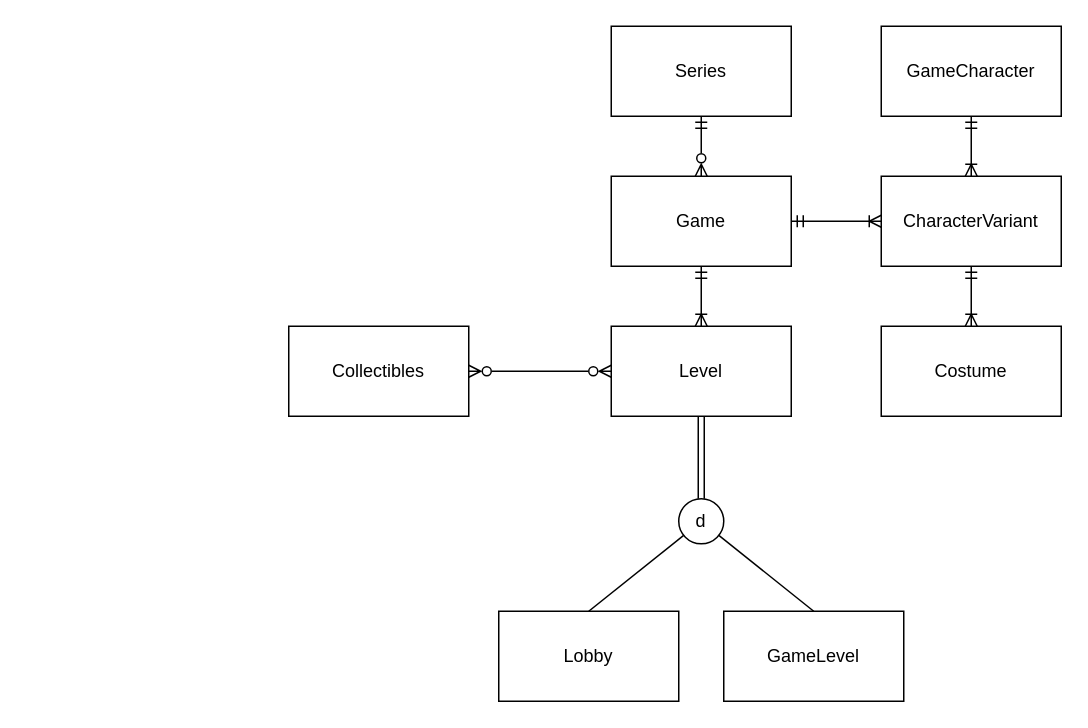
Before: diagrams/ER diagram.drawio in Zachareee/redygg, a draw.io diagram. Source tidied: cells renumbered, new cells numbered last; positions are measured from the earlier drawing's top-left corner, leaving out a move shared by most shapes. Both pictures are drawn from the tidied source at 150%, with x=0, y=0 at pixel (288, 26).
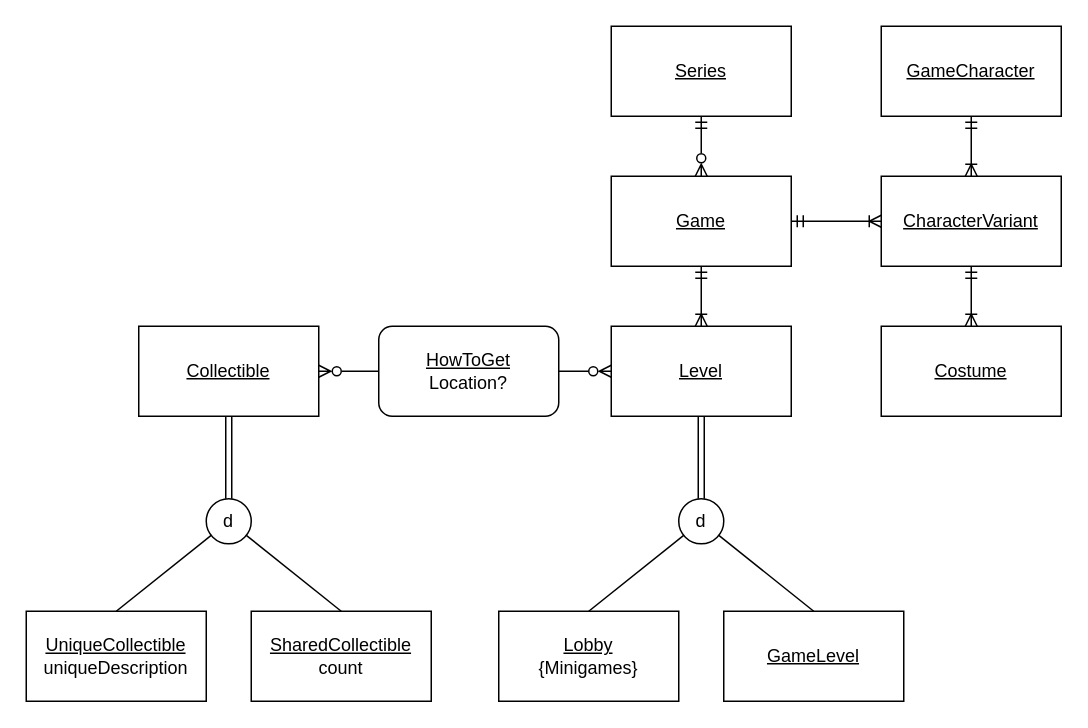
Above is the later version.

Commit message:
Added collectible subtypes and lobby distinction

What changed in the source:
```diff
@@
-    <mxCell id="3" value="Series" style="rounded=0;whiteSpace=wrap;html=1;" parent="1" vertex="1">
+    <mxCell id="3" value="&lt;u&gt;Series&lt;/u&gt;" style="rounded=0;whiteSpace=wrap;html=1;" parent="1" vertex="1">
       <mxGeometry x="215" width="120" height="60" as="geometry" />
     </mxCell>
@@
-    <mxCell id="6" value="Game" style="rounded=0;whiteSpace=wrap;html=1;" parent="1" vertex="1">
+    <mxCell id="6" value="&lt;u&gt;Game&lt;/u&gt;" style="rounded=0;whiteSpace=wrap;html=1;" parent="1" vertex="1">
       <mxGeometry x="215" y="100" width="120" height="60" as="geometry" />
     </mxCell>
-    <mxCell id="7" value="CharacterVariant" style="rounded=0;whiteSpace=wrap;html=1;" parent="1" vertex="1">
+    <mxCell id="7" value="&lt;u&gt;CharacterVariant&lt;/u&gt;" style="rounded=0;whiteSpace=wrap;html=1;" parent="1" vertex="1">
       <mxGeometry x="395" y="100" width="120" height="60" as="geometry" />
     </mxCell>
@@
-    <mxCell id="9" value="GameCharacter" style="rounded=0;whiteSpace=wrap;html=1;" parent="1" vertex="1">
+    <mxCell id="9" value="&lt;u&gt;GameCharacter&lt;/u&gt;" style="rounded=0;whiteSpace=wrap;html=1;" parent="1" vertex="1">
       <mxGeometry x="395" width="120" height="60" as="geometry" />
     </mxCell>
@@
-    <mxCell id="11" style="edgeStyle=orthogonalEdgeStyle;rounded=0;jettySize=auto;html=1;endArrow=ERzeroToMany;endFill=0;startArrow=ERzeroToMany;startFill=0;" parent="1" edge="1" source="12" target="20">
+    <mxCell id="11" style="edgeStyle=orthogonalEdgeStyle;rounded=0;jettySize=auto;html=1;endArrow=ERzeroToMany;endFill=0;startArrow=none;startFill=0;" parent="1" edge="1" source="28" target="20">
       <mxGeometry relative="1" as="geometry" />
     </mxCell>
-    <mxCell id="12" value="Level" style="rounded=0;whiteSpace=wrap;html=1;" parent="1" vertex="1">
+    <mxCell id="12" value="&lt;u&gt;Level&lt;/u&gt;" style="rounded=0;whiteSpace=wrap;html=1;" parent="1" vertex="1">
       <mxGeometry x="215" y="200" width="120" height="60" as="geometry" />
     </mxCell>
@@
-    <mxCell id="14" value="Costume" style="rounded=0;whiteSpace=wrap;html=1;" parent="1" vertex="1">
+    <mxCell id="14" value="&lt;u&gt;Costume&lt;/u&gt;" style="rounded=0;whiteSpace=wrap;html=1;" parent="1" vertex="1">
       <mxGeometry x="395" y="200" width="120" height="60" as="geometry" />
     </mxCell>
@@
-    <mxCell id="18" value="Lobby" style="rounded=0;whiteSpace=wrap;html=1;" parent="1" vertex="1">
+    <mxCell id="18" value="&lt;u&gt;Lobby&lt;/u&gt;&lt;br&gt;{Minigames}" style="rounded=0;whiteSpace=wrap;html=1;" parent="1" vertex="1">
       <mxGeometry x="140" y="390" width="120" height="60" as="geometry" />
     </mxCell>
-    <mxCell id="19" value="GameLevel" style="rounded=0;whiteSpace=wrap;html=1;" parent="1" vertex="1">
+    <mxCell id="19" value="&lt;u&gt;GameLevel&lt;/u&gt;" style="rounded=0;whiteSpace=wrap;html=1;" parent="1" vertex="1">
       <mxGeometry x="290" y="390" width="120" height="60" as="geometry" />
     </mxCell>
+    <mxCell id="21" style="edgeStyle=none;html=1;shape=link;" parent="1" edge="1" source="20" target="26">
+      <mxGeometry relative="1" as="geometry" />
+    </mxCell>
-    <mxCell id="20" value="Collectibles" style="rounded=0;whiteSpace=wrap;html=1;" parent="1" vertex="1">
-      <mxGeometry y="200" width="120" height="60" as="geometry" />
+    <mxCell id="20" value="&lt;u&gt;Collectible&lt;/u&gt;" style="rounded=0;whiteSpace=wrap;html=1;" parent="1" vertex="1">
+      <mxGeometry x="-100" y="200" width="120" height="60" as="geometry" />
     </mxCell>
+    <mxCell id="22" value="&lt;u&gt;UniqueCollectible&lt;/u&gt;&lt;br&gt;uniqueDescription" style="rounded=0;whiteSpace=wrap;html=1;" parent="1" vertex="1">
+      <mxGeometry x="-175" y="390" width="120" height="60" as="geometry" />
+    </mxCell>
+    <mxCell id="23" value="&lt;u&gt;SharedCollectible&lt;br&gt;&lt;/u&gt;count" style="rounded=0;whiteSpace=wrap;html=1;" parent="1" vertex="1">
+      <mxGeometry x="-25" y="390" width="120" height="60" as="geometry" />
+    </mxCell>
+    <mxCell id="24" style="edgeStyle=none;html=1;entryX=0.5;entryY=0;entryDx=0;entryDy=0;endArrow=none;endFill=0;" parent="1" edge="1" source="26" target="23">
+      <mxGeometry relative="1" as="geometry" />
+    </mxCell>
+    <mxCell id="25" style="edgeStyle=none;html=1;entryX=0.5;entryY=0;entryDx=0;entryDy=0;endArrow=none;endFill=0;" parent="1" edge="1" source="26" target="22">
+      <mxGeometry relative="1" as="geometry" />
+    </mxCell>
+    <mxCell id="26" value="d" style="ellipse;whiteSpace=wrap;html=1;" parent="1" vertex="1">
+      <mxGeometry x="-55" y="315" width="30" height="30" as="geometry" />
+    </mxCell>
+    <mxCell id="27" style="edgeStyle=orthogonalEdgeStyle;rounded=0;jettySize=auto;html=1;endArrow=none;endFill=0;startArrow=ERzeroToMany;startFill=0;" parent="1" edge="1" source="12" target="28">
+      <mxGeometry relative="1" as="geometry" />
+    </mxCell>
+    <mxCell id="28" value="&lt;u&gt;HowToGet&lt;/u&gt;&lt;br&gt;Location?" style="rounded=1;whiteSpace=wrap;html=1;" parent="1" vertex="1">
+      <mxGeometry x="60" y="200" width="120" height="60" as="geometry" />
+    </mxCell>
```
